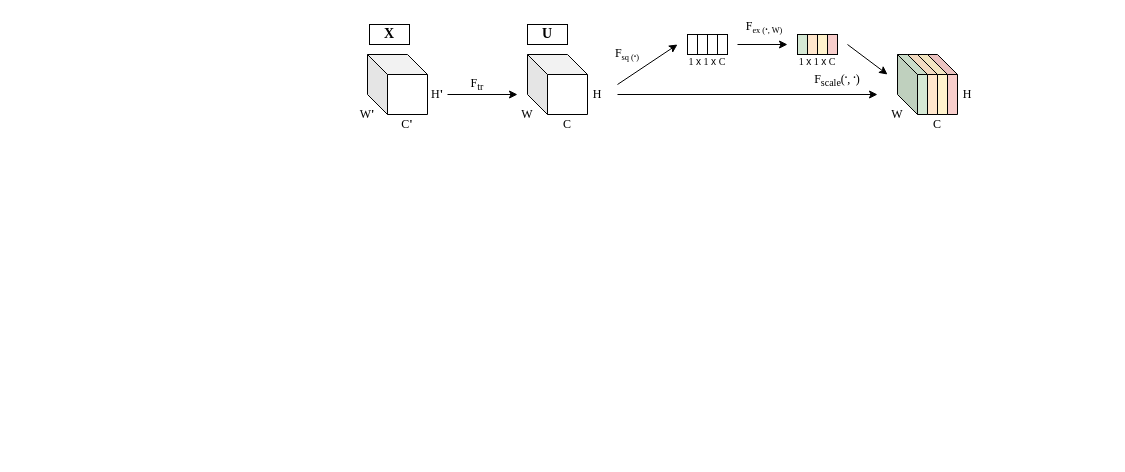
Before: squeeze and excitation.drawio in NahianAlindo/gait_recognition, a draw.io diagram. Source tidied: cells renumbered, new cells numbered last; positions are measured from the earlier drawing's top-left corner, leaving out a move shared by most shapes. Both pictures are drawn from the tidied source at 100%, with x=0, y=0 at pixel (347, 17).
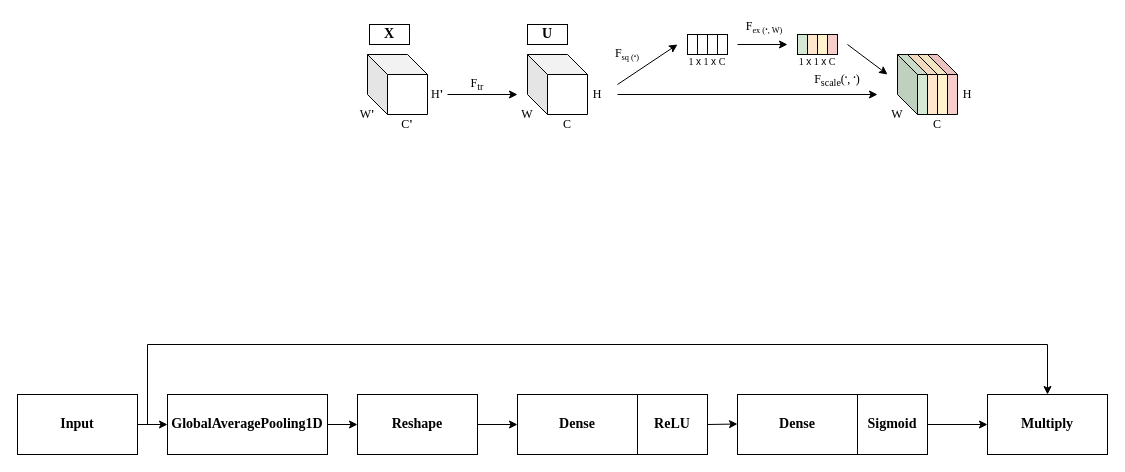
The same diagram, later.

Diff of the diagram source:
```diff
@@
+    <mxCell id="42" style="edgeStyle=orthogonalEdgeStyle;rounded=0;jettySize=auto;html=1;fontFamily=Times New Roman;fontSize=14;" parent="1" edge="1" source="43" target="55">
+      <mxGeometry relative="1" as="geometry" />
+    </mxCell>
+    <mxCell id="43" value="&lt;font style=&quot;font-size: 14px;&quot; face=&quot;Times New Roman&quot;&gt;&lt;b&gt;Input&lt;/b&gt;&lt;/font&gt;" style="rounded=0;whiteSpace=wrap;html=1;" parent="1" vertex="1">
+      <mxGeometry x="-330" y="377" width="120" height="60" as="geometry" />
+    </mxCell>
+    <mxCell id="44" style="edgeStyle=orthogonalEdgeStyle;rounded=0;jettySize=auto;html=1;fontFamily=Times New Roman;fontSize=14;" parent="1" edge="1" source="45" target="49">
+      <mxGeometry relative="1" as="geometry" />
+    </mxCell>
+    <mxCell id="45" value="&lt;b style=&quot;font-family: &amp;quot;Times New Roman&amp;quot;; font-size: 14px;&quot;&gt;Reshape&lt;/b&gt;" style="rounded=0;whiteSpace=wrap;html=1;" parent="1" vertex="1">
+      <mxGeometry x="10" y="377" width="120" height="60" as="geometry" />
+    </mxCell>
+    <mxCell id="46" value="&lt;b style=&quot;font-family: &amp;quot;Times New Roman&amp;quot;; font-size: 14px;&quot;&gt;Multiply&lt;/b&gt;" style="rounded=0;whiteSpace=wrap;html=1;" parent="1" vertex="1">
+      <mxGeometry x="640" y="377" width="120" height="60" as="geometry" />
+    </mxCell>
+    <mxCell id="47" style="group;" parent="1" vertex="1">
+      <mxGeometry x="170" y="377" width="190" height="60" as="geometry" />
+    </mxCell>
+    <mxCell id="48" value="&lt;b style=&quot;font-family: &amp;quot;Times New Roman&amp;quot;; font-size: 14px;&quot;&gt;ReLU&lt;/b&gt;" style="rounded=0;whiteSpace=wrap;html=1;" parent="47" vertex="1">
+      <mxGeometry x="120" width="70" height="60" as="geometry" />
+    </mxCell>
+    <mxCell id="49" value="&lt;b style=&quot;font-family: &amp;quot;Times New Roman&amp;quot;; font-size: 14px;&quot;&gt;Dense&lt;/b&gt;" style="rounded=0;whiteSpace=wrap;html=1;" parent="47" vertex="1">
+      <mxGeometry width="120" height="60" as="geometry" />
+    </mxCell>
+    <mxCell id="50" style="endArrow=classic;html=1;rounded=0;fontFamily=Times New Roman;fontSize=14;" parent="47" edge="1">
+      <mxGeometry relative="1" as="geometry">
+        <mxPoint x="190" y="30" as="sourcePoint" />
+        <mxPoint x="220" y="29.5" as="targetPoint" />
+      </mxGeometry>
+    </mxCell>
+    <mxCell id="51" style="group;" parent="1" vertex="1">
+      <mxGeometry x="390" y="377" width="190" height="60" as="geometry" />
+    </mxCell>
+    <mxCell id="52" value="&lt;b style=&quot;font-family: &amp;quot;Times New Roman&amp;quot;; font-size: 14px;&quot;&gt;Sigmoid&lt;/b&gt;" style="rounded=0;whiteSpace=wrap;html=1;" parent="51" vertex="1">
+      <mxGeometry x="120" width="70" height="60" as="geometry" />
+    </mxCell>
+    <mxCell id="53" value="&lt;b style=&quot;font-family: &amp;quot;Times New Roman&amp;quot;; font-size: 14px;&quot;&gt;Dense&lt;/b&gt;" style="rounded=0;whiteSpace=wrap;html=1;" parent="51" vertex="1">
+      <mxGeometry width="120" height="60" as="geometry" />
+    </mxCell>
+    <mxCell id="54" style="edgeStyle=orthogonalEdgeStyle;rounded=0;jettySize=auto;html=1;fontFamily=Times New Roman;fontSize=14;" parent="1" edge="1" source="55" target="45">
+      <mxGeometry relative="1" as="geometry" />
+    </mxCell>
+    <mxCell id="55" value="&lt;b&gt;GlobalAveragePooling1D&lt;/b&gt;" style="rounded=0;whiteSpace=wrap;html=1;fontFamily=Times New Roman;fontSize=14;" parent="1" vertex="1">
+      <mxGeometry x="-180" y="377" width="160" height="60" as="geometry" />
+    </mxCell>
+    <mxCell id="56" style="endArrow=classic;html=1;rounded=0;fontFamily=Times New Roman;fontSize=14;exitX=1;exitY=0.5;exitDx=0;exitDy=0;" parent="1" edge="1" source="52">
+      <mxGeometry relative="1" as="geometry">
+        <mxPoint x="640" y="407" as="targetPoint" />
+      </mxGeometry>
+    </mxCell>
+    <mxCell id="57" style="endArrow=classic;html=1;rounded=0;fontFamily=Times New Roman;fontSize=14;entryX=0.5;entryY=0;entryDx=0;entryDy=0;" parent="1" edge="1" target="46">
+      <mxGeometry relative="1" as="geometry">
+        <mxPoint x="-200" y="407" as="sourcePoint" />
+        <Array as="points">
+          <mxPoint x="-200" y="327" />
+          <mxPoint x="700" y="327" />
+        </Array>
+      </mxGeometry>
+    </mxCell>
```
